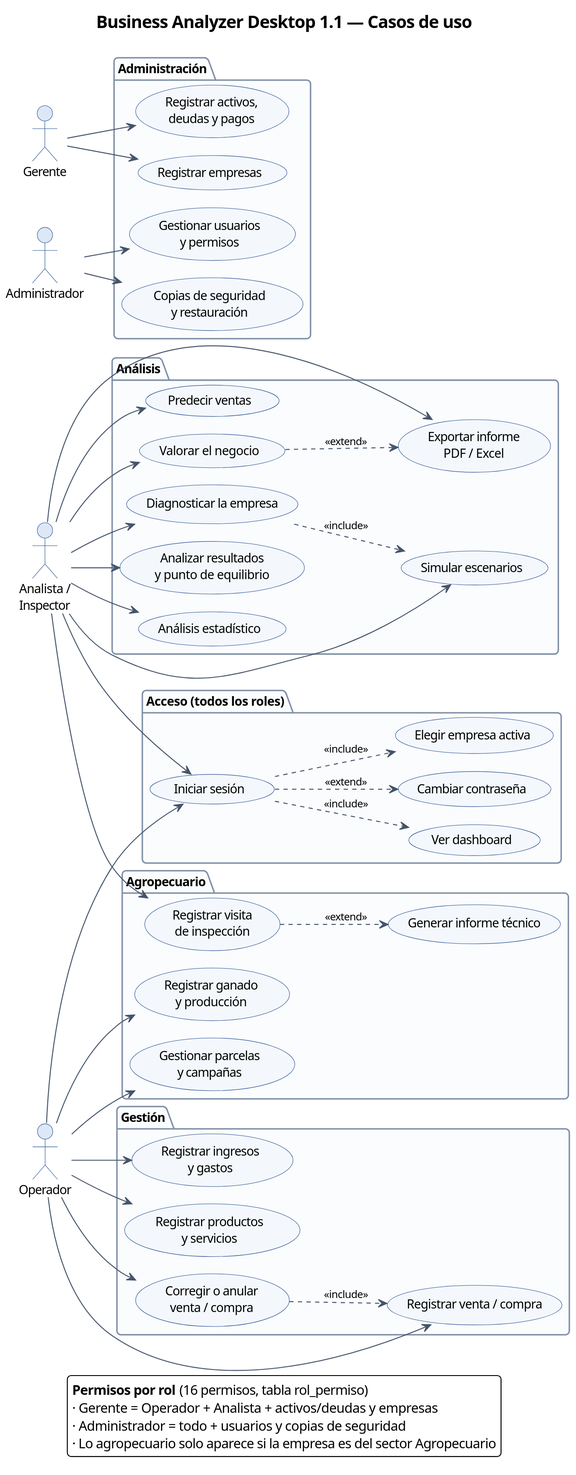
Above: docs/uml/svg/01-casos-de-uso.svg in fabrizzio122/proyecto-estadistic (PlantUML), before the change.
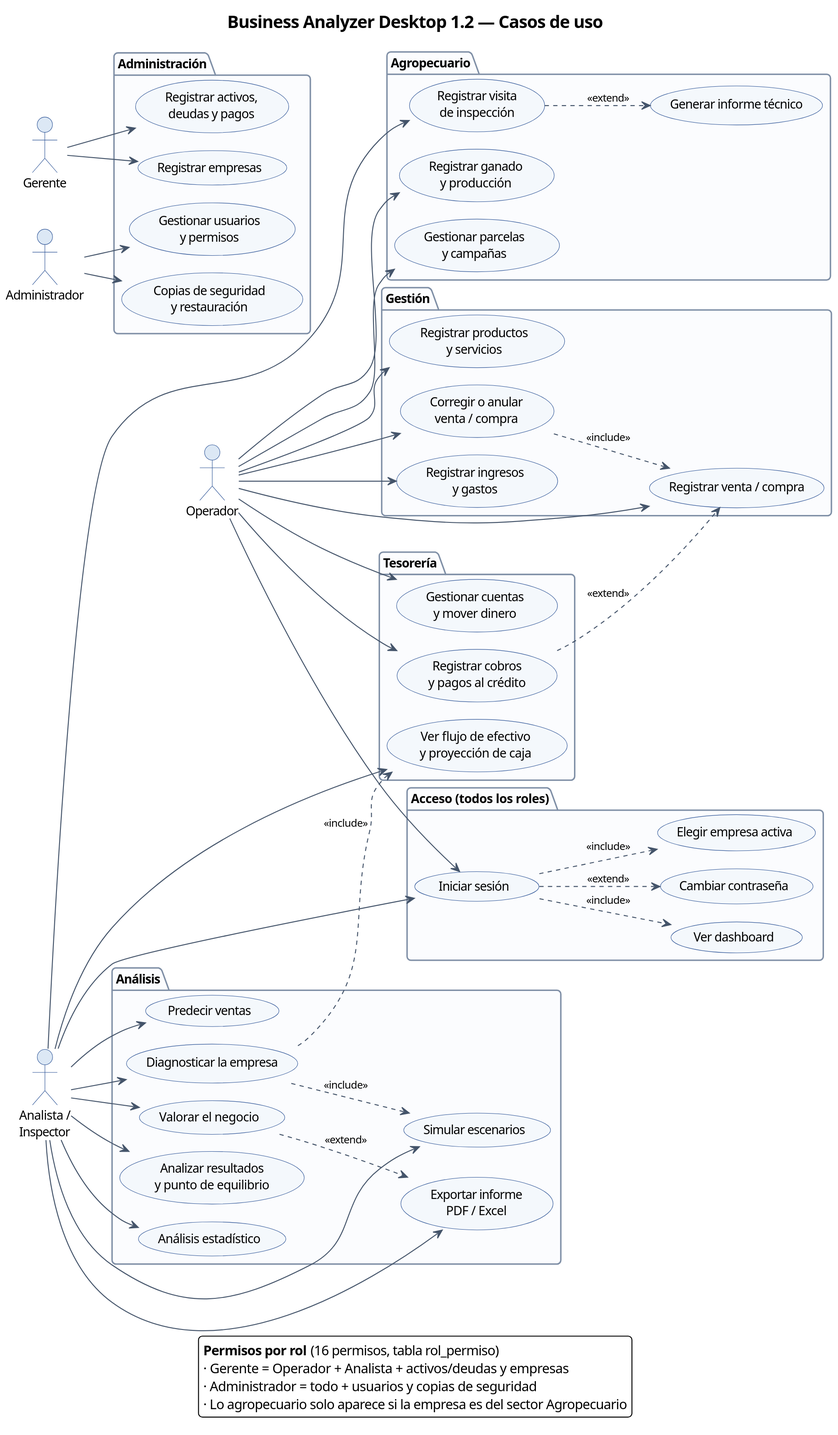
After the commit.

What changed in the source:
```diff
@@ -1,8 +1,8 @@
 @startuml
 !include estilo.iuml
 title
-  Business Analyzer Desktop 1.1 — Casos de uso
-  <size:30> </size>
+  Business Analyzer Desktop 1.2 — Casos de uso
+  <size:50> </size>
 end title
 left to right direction
 
@@ -22,6 +22,11 @@
     usecase "Registrar venta / compra" as UC_VENTA
     usecase "Corregir o anular\nventa / compra" as UC_CORR
     usecase "Registrar ingresos\ny gastos" as UC_FIN
+  }
+  package "Tesorería" {
+    usecase "Gestionar cuentas\ny mover dinero" as UC_CTA
+    usecase "Registrar cobros\ny pagos al crédito" as UC_COBRO
+    usecase "Ver flujo de efectivo\ny proyección de caja" as UC_FLUJO
   }
   package "Agropecuario" {
     usecase "Registrar ganado\ny producción" as UC_GAN
@@ -51,12 +56,15 @@
 OP --> UC_VENTA
 OP --> UC_CORR
 OP --> UC_FIN
+OP --> UC_CTA
+OP --> UC_COBRO
 OP --> UC_GAN
 OP --> UC_AGR
 
 AN --> UC_LOGIN
 AN --> UC_VIS
 AN --> UC_ANA
+AN --> UC_FLUJO
 AN --> UC_EST
 AN --> UC_PRED
 AN --> UC_DIAG
@@ -76,6 +84,8 @@
 UC_VIS ..> UC_INF_TEC : <<extend>>
 UC_DIAG ..> UC_SIM : <<include>>
 UC_VAL ..> UC_INF : <<extend>>
+UC_COBRO ..> UC_VENTA : <<extend>>
+UC_DIAG ..> UC_FLUJO : <<include>>
 
 legend bottom
   **Permisos por rol** (16 permisos, tabla rol_permiso)
```
